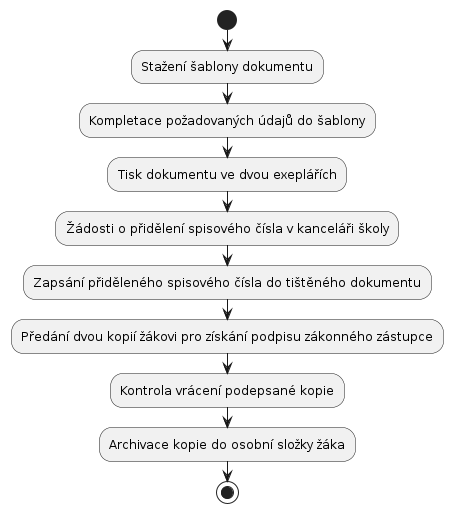
The PlantUML diagram images/ac-priklad-pochvala-tridniho-ucitele.png in DanielADK/tul-bp, before a commit.
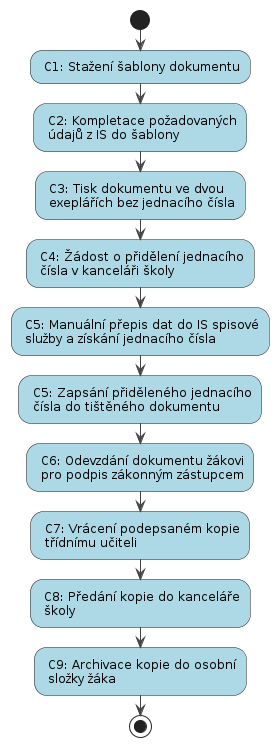
The same file after the commit.

What changed in the source:
```diff
@@ -1,14 +1,24 @@
 @startuml
+skinparam ParticipantBackgroundColor #AAF
+skinparam ParticipantBorderColor #AAF
+skinparam ActorBackgroundColor #AAF
+skinparam ActorBorderColor #AAF
+skinparam ArrowColor #444
+!$HUMAN = "#ADD8E6"
+!$SOFTWARE = "#90EE90"
+
 start
 
-:Stažení šablony dokumentu;
-:Kompletace požadovaných údajů do šablony;
-:Tisk dokumentu ve dvou exeplářích;
-:Žádosti o přidělení spisového čísla v kanceláři školy;
-:Zapsání přiděleného spisového čísla do tištěného dokumentu;
-:Předání dvou kopií žákovi pro získání podpisu zákonného zástupce;
-:Kontrola vrácení podepsané kopie;
-:Archivace kopie do osobní složky žáka;
+$HUMAN: C1: Stažení šablony dokumentu;
+$HUMAN: C2: Kompletace požadovaných\n údajů z IS do šablony;
+$HUMAN: C3: Tisk dokumentu ve dvou\n exeplářích bez jednacího čísla;
+$HUMAN: C4: Žádost o přidělení jednacího\n čísla v kanceláři školy;
+$HUMAN: C5: Manuální přepis dat do IS spisové\n služby a získání jednacího čísla;
+$HUMAN: C5: Zapsání přiděleného jednacího\n čísla do tištěného dokumentu;
+$HUMAN: C6: Odevzdání dokumentu žákovi\n pro podpis zákonným zástupcem;
+$HUMAN: C7: Vrácení podepsaném kopie\n třídnímu učiteli;
+$HUMAN: C8: Předání kopie do kanceláře\n školy;
+$HUMAN: C9: Archivace kopie do osobní\n složky žáka;
 
 stop
 @enduml
```
